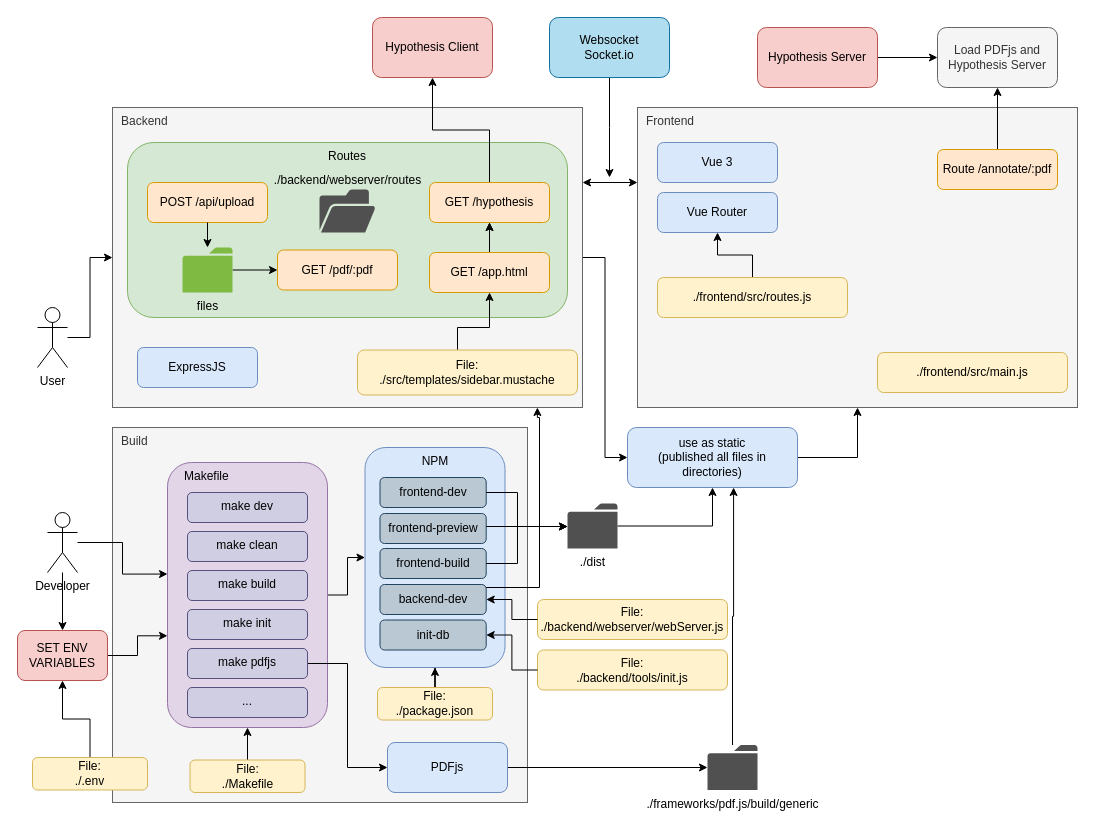
Before: docs/architecture.drawio in UKPLab/CARE, a draw.io diagram. Source tidied: cells renumbered, new cells numbered last; positions are measured from the earlier drawing's top-left corner, leaving out a move shared by most shapes. Both pictures are drawn from the tidied source at 100%, with x=0, y=0 at pixel (17, 17).
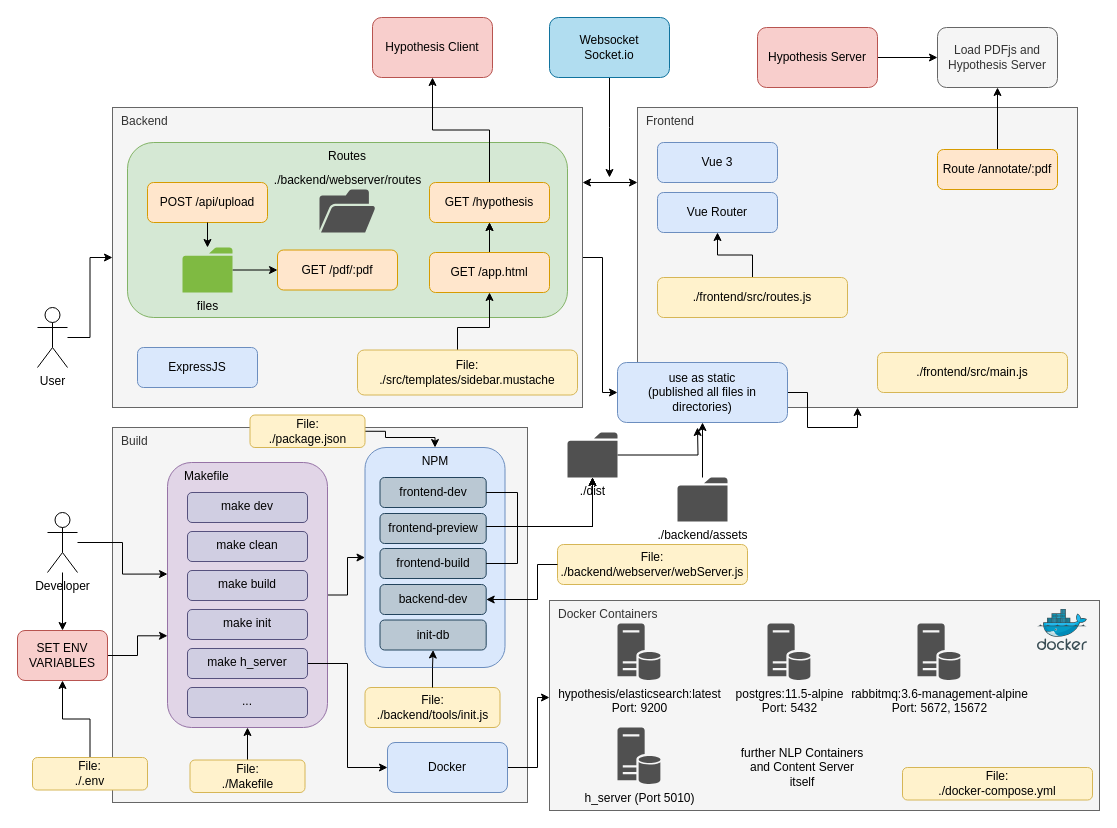
After the change.

Unchanged cells that the change refers to:
```xml
<mxCell id="4" value="Backend" style="rounded=0;whiteSpace=wrap;html=1;fillColor=#f5f5f5;strokeColor=#666666;verticalAlign=top;align=left;fontColor=#333333;spacingLeft=7;" parent="1" vertex="1">
  <mxGeometry x="95" y="90" width="470" height="300" as="geometry" />
</mxCell>
<mxCell id="50" value="NPM" style="rounded=1;whiteSpace=wrap;html=1;align=center;verticalAlign=top;fillColor=#dae8fc;strokeColor=#6c8ebf;horizontal=1;" parent="49" vertex="1">
  <mxGeometry width="140" height="220" as="geometry" />
</mxCell>
<mxCell id="54" value="init-db" style="rounded=1;whiteSpace=wrap;html=1;align=center;verticalAlign=middle;fillColor=#bac8d3;strokeColor=#23445d;" parent="49" vertex="1">
  <mxGeometry x="15" y="172.5" width="106.2" height="30" as="geometry" />
</mxCell>
<mxCell id="55" value="backend-dev" style="rounded=1;whiteSpace=wrap;html=1;align=center;verticalAlign=middle;fillColor=#bac8d3;strokeColor=#23445d;" parent="49" vertex="1">
  <mxGeometry x="15" y="137" width="106.2" height="30" as="geometry" />
</mxCell>
```

The edit, as a diff of the source:
```diff
@@
+    <mxCell id="80" value="Docker Containers" style="rounded=0;whiteSpace=wrap;html=1;align=left;verticalAlign=top;fillColor=#f5f5f5;strokeColor=#666666;fontColor=#333333;spacingLeft=7;" parent="1" vertex="1">
+      <mxGeometry x="532" y="583" width="550" height="210" as="geometry" />
+    </mxCell>
@@
     <mxCell id="16" value="File:&lt;br&gt;./backend/webserver/webServer.js" style="whiteSpace=wrap;html=1;rounded=1;align=center;verticalAlign=middle;fillColor=#fff2cc;strokeColor=#d6b656;" parent="1" vertex="1">
-      <mxGeometry x="520" y="582" width="190" height="40" as="geometry" />
+      <mxGeometry x="540" y="527" width="190" height="40" as="geometry" />
     </mxCell>
@@
-    <mxCell id="18" style="edgeStyle=orthogonalEdgeStyle;rounded=0;jettySize=auto;html=1;entryX=0.5;entryY=1;entryDx=0;entryDy=0;" parent="1" edge="1" source="19" target="22">
-      <mxGeometry relative="1" as="geometry" />
-    </mxCell>
+    <mxCell id="81" style="edgeStyle=orthogonalEdgeStyle;rounded=0;jettySize=auto;html=1;" parent="1" edge="1" source="19">
+      <mxGeometry relative="1" as="geometry">
+        <mxPoint x="680" y="410" as="targetPoint" />
+      </mxGeometry>
+    </mxCell>
     <mxCell id="19" value="./dist" style="sketch=0;shadow=0;dashed=0;html=1;strokeColor=none;fillColor=#505050;labelPosition=center;verticalLabelPosition=bottom;verticalAlign=top;outlineConnect=0;align=center;shape=mxgraph.office.concepts.folder;rounded=0;" parent="1" vertex="1">
-      <mxGeometry x="550" y="486" width="50" height="45" as="geometry" />
+      <mxGeometry x="550" y="415" width="50" height="45" as="geometry" />
     </mxCell>
@@
     <mxCell id="22" value="use as static&lt;br&gt;(published all files in directories)" style="rounded=1;whiteSpace=wrap;html=1;fillColor=#dae8fc;strokeColor=#6c8ebf;" parent="1" vertex="1">
-      <mxGeometry x="610" y="410" width="170" height="60" as="geometry" />
+      <mxGeometry x="600" y="345" width="170" height="60" as="geometry" />
     </mxCell>
@@
-    <mxCell id="29" style="edgeStyle=orthogonalEdgeStyle;rounded=0;jettySize=auto;html=1;" parent="1" edge="1" source="30" target="59">
-      <mxGeometry relative="1" as="geometry" />
-    </mxCell>
+    <mxCell id="82" style="edgeStyle=orthogonalEdgeStyle;rounded=0;jettySize=auto;html=1;" parent="1" edge="1" source="30" target="80">
+      <mxGeometry relative="1" as="geometry">
+        <Array as="points">
+          <mxPoint x="520" y="750" />
+          <mxPoint x="520" y="680" />
+        </Array>
+      </mxGeometry>
+    </mxCell>
-    <mxCell id="30" value="PDFjs" style="rounded=1;whiteSpace=wrap;html=1;align=center;verticalAlign=middle;fillColor=#dae8fc;strokeColor=#6c8ebf;" parent="1" vertex="1">
+    <mxCell id="30" value="Docker" style="rounded=1;whiteSpace=wrap;html=1;align=center;verticalAlign=middle;fillColor=#dae8fc;strokeColor=#6c8ebf;" parent="1" vertex="1">
       <mxGeometry x="370" y="725" width="120" height="50" as="geometry" />
     </mxCell>
@@
     <mxCell id="37" value="File:&lt;br&gt;./backend/tools/init.js" style="whiteSpace=wrap;html=1;rounded=1;align=center;verticalAlign=middle;fillColor=#fff2cc;strokeColor=#d6b656;" parent="1" vertex="1">
-      <mxGeometry x="520" y="632.5" width="190" height="40" as="geometry" />
+      <mxGeometry x="347.5" y="670" width="135" height="40" as="geometry" />
     </mxCell>
@@
-    <mxCell id="45" style="edgeStyle=orthogonalEdgeStyle;rounded=0;jettySize=auto;html=1;" parent="1" edge="1" source="46" target="50">
-      <mxGeometry relative="1" as="geometry" />
+    <mxCell id="45" style="edgeStyle=orthogonalEdgeStyle;rounded=0;jettySize=auto;html=1;entryX=0.5;entryY=0;entryDx=0;entryDy=0;exitX=1;exitY=0.5;exitDx=0;exitDy=0;" parent="1" edge="1" source="46" target="50">
+      <mxGeometry relative="1" as="geometry">
+        <Array as="points">
+          <mxPoint x="368" y="414" />
+          <mxPoint x="368" y="420" />
+          <mxPoint x="418" y="420" />
+        </Array>
+      </mxGeometry>
     </mxCell>
     <mxCell id="46" value="File:&lt;br&gt;./package.json" style="whiteSpace=wrap;html=1;rounded=1;align=center;verticalAlign=middle;fillColor=#fff2cc;strokeColor=#d6b656;" parent="1" vertex="1">
-      <mxGeometry x="360" y="670" width="115" height="32.5" as="geometry" />
+      <mxGeometry x="232.5" y="397.5" width="115" height="32.5" as="geometry" />
     </mxCell>
@@
-    <mxCell id="48" value="make pdfjs" style="rounded=1;whiteSpace=wrap;html=1;align=center;verticalAlign=top;fillColor=#d0cee2;strokeColor=#56517e;" parent="1" vertex="1">
+    <mxCell id="48" value="make h_server" style="rounded=1;whiteSpace=wrap;html=1;align=center;verticalAlign=top;fillColor=#d0cee2;strokeColor=#56517e;" parent="1" vertex="1">
       <mxGeometry x="170" y="631" width="120" height="30" as="geometry" />
     </mxCell>
@@
-    <mxCell id="56" style="edgeStyle=orthogonalEdgeStyle;rounded=0;jettySize=auto;html=1;entryX=1;entryY=0.5;entryDx=0;entryDy=0;" parent="1" edge="1" source="37" target="54">
+    <mxCell id="56" style="edgeStyle=orthogonalEdgeStyle;rounded=0;jettySize=auto;html=1;entryX=0.5;entryY=1;entryDx=0;entryDy=0;" parent="1" edge="1" source="37" target="54">
       <mxGeometry relative="1" as="geometry" />
     </mxCell>
     <mxCell id="57" style="edgeStyle=orthogonalEdgeStyle;rounded=0;jettySize=auto;html=1;entryX=1;entryY=0.5;entryDx=0;entryDy=0;" parent="1" edge="1" source="16" target="55">
-      <mxGeometry relative="1" as="geometry" />
+      <mxGeometry relative="1" as="geometry">
+        <Array as="points">
+          <mxPoint x="520" y="547" />
+          <mxPoint x="520" y="582" />
+        </Array>
+      </mxGeometry>
     </mxCell>
-    <mxCell id="58" style="edgeStyle=orthogonalEdgeStyle;rounded=0;jettySize=auto;html=1;entryX=0.624;entryY=1;entryDx=0;entryDy=0;entryPerimeter=0;" parent="1" edge="1" source="59" target="22">
-      <mxGeometry relative="1" as="geometry" />
-    </mxCell>
-    <mxCell id="59" value="./frameworks/pdf.js/build/generic" style="sketch=0;shadow=0;dashed=0;html=1;strokeColor=none;fillColor=#505050;labelPosition=center;verticalLabelPosition=bottom;verticalAlign=top;outlineConnect=0;align=center;shape=mxgraph.office.concepts.folder;rounded=0;" parent="1" vertex="1">
-      <mxGeometry x="690" y="727.5" width="50" height="45" as="geometry" />
-    </mxCell>
@@
-    <mxCell id="66" style="edgeStyle=orthogonalEdgeStyle;rounded=0;jettySize=auto;html=1;entryX=0.904;entryY=1;entryDx=0;entryDy=0;entryPerimeter=0;" parent="1" edge="1" source="55" target="4">
-      <mxGeometry relative="1" as="geometry">
-        <Array as="points">
-          <mxPoint x="522" y="570" />
-          <mxPoint x="522" y="400" />
-          <mxPoint x="520" y="400" />
-        </Array>
-      </mxGeometry>
-    </mxCell>
@@
+    <mxCell id="83" style="edgeStyle=orthogonalEdgeStyle;rounded=0;jettySize=auto;html=1;entryX=0.5;entryY=1;entryDx=0;entryDy=0;" parent="1" edge="1" source="84" target="22">
+      <mxGeometry relative="1" as="geometry" />
+    </mxCell>
+    <mxCell id="84" value="./backend/assets" style="sketch=0;shadow=0;dashed=0;html=1;strokeColor=none;fillColor=#505050;labelPosition=center;verticalLabelPosition=bottom;verticalAlign=top;outlineConnect=0;align=center;shape=mxgraph.office.concepts.folder;rounded=0;" parent="1" vertex="1">
+      <mxGeometry x="660" y="460" width="50" height="44" as="geometry" />
+    </mxCell>
+    <mxCell id="85" value="File:&lt;br&gt;./docker-compose.yml" style="whiteSpace=wrap;html=1;rounded=1;align=center;verticalAlign=middle;fillColor=#fff2cc;strokeColor=#d6b656;" parent="1" vertex="1">
+      <mxGeometry x="885" y="750" width="190" height="32.5" as="geometry" />
+    </mxCell>
+    <mxCell id="86" style="sketch=0;html=1;align=center;image;fontSize=12;image=img/lib/mscae/Docker.svg;rounded=0;" parent="1" vertex="1">
+      <mxGeometry x="1020" y="592" width="50" height="41" as="geometry" />
+    </mxCell>
+    <mxCell id="87" value="hypothesis/elasticsearch:latest&lt;br&gt;Port: 9200" style="sketch=0;shadow=0;dashed=0;html=1;strokeColor=none;fillColor=#505050;labelPosition=center;verticalLabelPosition=bottom;verticalAlign=top;align=center;shape=mxgraph.office.databases.database_server;rounded=0;" parent="1" vertex="1">
+      <mxGeometry x="600" y="606" width="43" height="57" as="geometry" />
+    </mxCell>
+    <mxCell id="88" value="postgres:11.5-alpine&lt;br&gt;Port: 5432" style="sketch=0;shadow=0;dashed=0;html=1;strokeColor=none;fillColor=#505050;labelPosition=center;verticalLabelPosition=bottom;verticalAlign=top;align=center;shape=mxgraph.office.databases.database_server;rounded=0;" parent="1" vertex="1">
+      <mxGeometry x="750" y="606" width="43" height="57" as="geometry" />
+    </mxCell>
+    <mxCell id="89" value="rabbitmq:3.6-management-alpine&lt;br&gt;Port: 5672, 15672" style="sketch=0;shadow=0;dashed=0;html=1;strokeColor=none;fillColor=#505050;labelPosition=center;verticalLabelPosition=bottom;verticalAlign=top;align=center;shape=mxgraph.office.databases.database_server;rounded=0;" parent="1" vertex="1">
+      <mxGeometry x="900" y="606" width="43" height="57" as="geometry" />
+    </mxCell>
+    <mxCell id="90" value="h_server (Port 5010)" style="sketch=0;shadow=0;dashed=0;html=1;strokeColor=none;fillColor=#505050;labelPosition=center;verticalLabelPosition=bottom;verticalAlign=top;align=center;shape=mxgraph.office.databases.database_server;rounded=0;" parent="1" vertex="1">
+      <mxGeometry x="600" y="710" width="43" height="57" as="geometry" />
+    </mxCell>
+    <mxCell id="91" value="further NLP Containers and Content Server itself" style="text;html=1;strokeColor=none;fillColor=none;align=center;verticalAlign=middle;whiteSpace=wrap;rounded=0;" parent="1" vertex="1">
+      <mxGeometry x="720" y="735" width="130" height="30" as="geometry" />
+    </mxCell>
```
